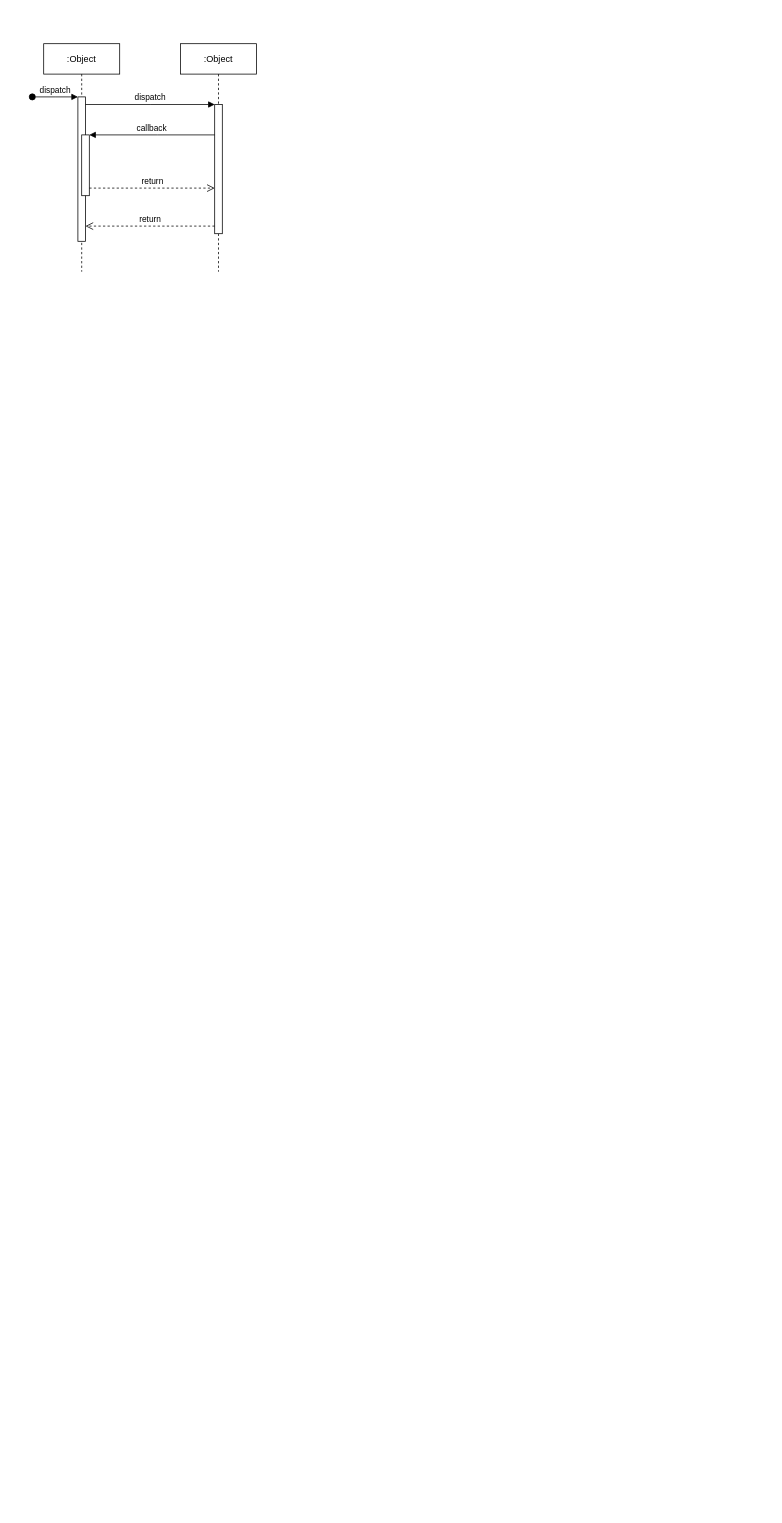
Earlier version of the draw.io diagram 推薦系統data_diagram.drawio (YChaoWang/Drawio_backup). Source tidied: cells renumbered, new cells numbered last; positions are measured from the earlier drawing's top-left corner, leaving out a move shared by most shapes. Both pictures are drawn from the tidied source at 76%, with x=0, y=0 at pixel (32, 43).
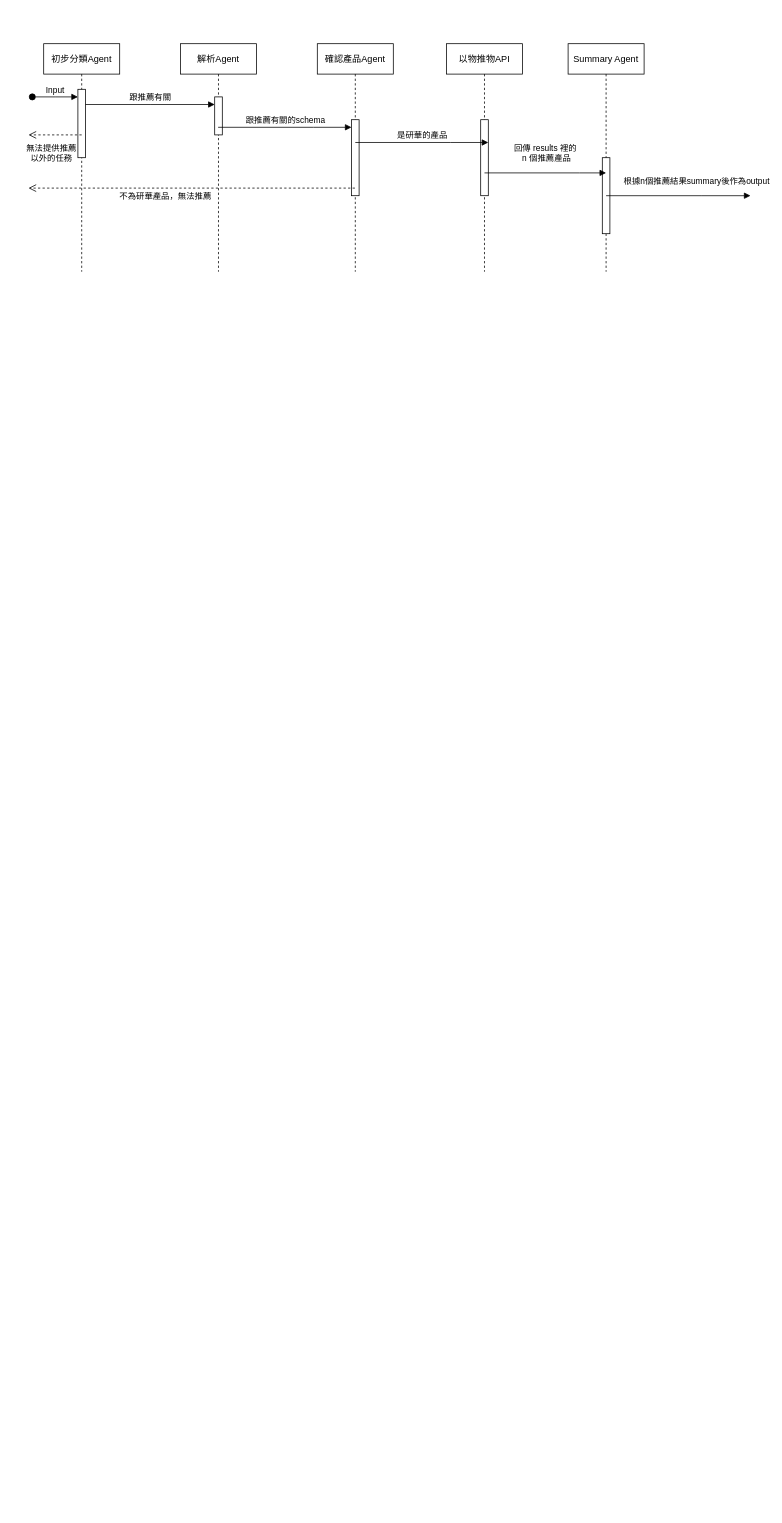
The same diagram, later.

Commit message:
更新推薦系統data_diagram.drawio

Diff of the diagram source:
```diff
@@
-    <mxCell id="2" value=":Object" style="shape=umlLifeline;perimeter=lifelinePerimeter;whiteSpace=wrap;html=1;newEdgeStyle={&quot;edgeStyle&quot;:&quot;elbowEdgeStyle&quot;,&quot;elbow&quot;:&quot;vertical&quot;,&quot;curved&quot;:0,&quot;rounded&quot;:0};" parent="1" vertex="1">
+    <mxCell id="2" value="初步分類Agent" style="shape=umlLifeline;perimeter=lifelinePerimeter;whiteSpace=wrap;html=1;newEdgeStyle={&quot;edgeStyle&quot;:&quot;elbowEdgeStyle&quot;,&quot;elbow&quot;:&quot;vertical&quot;,&quot;curved&quot;:0,&quot;rounded&quot;:0};" parent="1" vertex="1">
       <mxGeometry x="15" width="100" height="300" as="geometry" />
     </mxCell>
     <mxCell id="3" style="html=1;points=[];perimeter=orthogonalPerimeter;outlineConnect=0;targetShapes=umlLifeline;portConstraint=eastwest;newEdgeStyle={&quot;edgeStyle&quot;:&quot;elbowEdgeStyle&quot;,&quot;elbow&quot;:&quot;vertical&quot;,&quot;curved&quot;:0,&quot;rounded&quot;:0};" parent="2" vertex="1">
-      <mxGeometry x="45" y="70" width="10" height="190" as="geometry" />
+      <mxGeometry x="45" y="60" width="10" height="90" as="geometry" />
     </mxCell>
-    <mxCell id="4" value="dispatch" style="html=1;verticalAlign=bottom;startArrow=oval;endArrow=block;startSize=8;edgeStyle=elbowEdgeStyle;elbow=vertical;curved=0;rounded=0;" parent="2" edge="1" target="3">
+    <mxCell id="4" value="Input" style="html=1;verticalAlign=bottom;startArrow=oval;endArrow=block;startSize=8;edgeStyle=elbowEdgeStyle;elbow=vertical;curved=0;rounded=0;" parent="2" edge="1" target="3">
       <mxGeometry relative="1" as="geometry">
         <mxPoint x="-15" y="70" as="sourcePoint" />
       </mxGeometry>
     </mxCell>
-    <mxCell id="5" style="html=1;points=[];perimeter=orthogonalPerimeter;outlineConnect=0;targetShapes=umlLifeline;portConstraint=eastwest;newEdgeStyle={&quot;edgeStyle&quot;:&quot;elbowEdgeStyle&quot;,&quot;elbow&quot;:&quot;vertical&quot;,&quot;curved&quot;:0,&quot;rounded&quot;:0};" parent="2" vertex="1">
-      <mxGeometry x="50" y="120" width="10" height="80" as="geometry" />
-    </mxCell>
-    <mxCell id="6" value=":Object" style="shape=umlLifeline;perimeter=lifelinePerimeter;whiteSpace=wrap;html=1;outlineConnect=0;portConstraint=eastwest;newEdgeStyle={&quot;edgeStyle&quot;:&quot;elbowEdgeStyle&quot;,&quot;elbow&quot;:&quot;vertical&quot;,&quot;curved&quot;:0,&quot;rounded&quot;:0};" parent="1" vertex="1">
+    <mxCell id="6" value="解析Agent" style="shape=umlLifeline;perimeter=lifelinePerimeter;whiteSpace=wrap;html=1;outlineConnect=0;portConstraint=eastwest;newEdgeStyle={&quot;edgeStyle&quot;:&quot;elbowEdgeStyle&quot;,&quot;elbow&quot;:&quot;vertical&quot;,&quot;curved&quot;:0,&quot;rounded&quot;:0};" parent="1" vertex="1">
       <mxGeometry x="195" width="100" height="300" as="geometry" />
     </mxCell>
     <mxCell id="7" style="html=1;points=[];perimeter=orthogonalPerimeter;outlineConnect=0;targetShapes=umlLifeline;portConstraint=eastwest;newEdgeStyle={&quot;edgeStyle&quot;:&quot;elbowEdgeStyle&quot;,&quot;elbow&quot;:&quot;vertical&quot;,&quot;curved&quot;:0,&quot;rounded&quot;:0};" parent="6" vertex="1">
-      <mxGeometry x="45" y="80" width="10" height="170" as="geometry" />
+      <mxGeometry x="45" y="70" width="10" height="50" as="geometry" />
     </mxCell>
-    <mxCell id="8" value="dispatch" style="html=1;verticalAlign=bottom;endArrow=block;edgeStyle=elbowEdgeStyle;elbow=vertical;curved=0;rounded=0;" parent="1" edge="1" source="3" target="7">
+    <mxCell id="8" value="跟推薦有關" style="html=1;verticalAlign=bottom;endArrow=block;edgeStyle=elbowEdgeStyle;elbow=vertical;curved=0;rounded=0;" parent="1" edge="1" source="3" target="7">
       <mxGeometry relative="1" as="geometry">
         <Array as="points">
           <mxPoint x="155" y="80" />
         </Array>
       </mxGeometry>
     </mxCell>
+    <mxCell id="12" style="edgeStyle=orthogonalEdgeStyle;rounded=0;html=1;exitX=0.5;exitY=1;exitPerimeter=0;entryX=0.5;entryY=0;entryPerimeter=0;" parent="1" edge="1">
+      <mxGeometry relative="1" as="geometry">
+        <mxPoint x="325" y="20" as="sourcePoint" />
+      </mxGeometry>
+    </mxCell>
+    <mxCell id="13" style="edgeStyle=orthogonalEdgeStyle;rounded=0;html=1;" parent="1" edge="1">
+      <mxGeometry relative="1" as="geometry">
+        <mxPoint x="335" y="220" as="sourcePoint" />
+      </mxGeometry>
+    </mxCell>
+    <mxCell id="14" style="edgeStyle=orthogonalEdgeStyle;rounded=0;html=1;" parent="1" edge="1">
+      <mxGeometry relative="1" as="geometry">
+        <mxPoint x="335" y="320" as="sourcePoint" />
+      </mxGeometry>
+    </mxCell>
+    <mxCell id="15" value="Yes" style="edgeStyle=orthogonalEdgeStyle;rounded=0;html=1;" parent="1" edge="1">
+      <mxGeometry relative="1" as="geometry">
+        <mxPoint x="325" y="420" as="sourcePoint" />
+      </mxGeometry>
+    </mxCell>
+    <mxCell id="16" value="No" style="edgeStyle=orthogonalEdgeStyle;rounded=0;html=1;" parent="1" edge="1">
+      <mxGeometry relative="1" as="geometry">
+        <mxPoint x="525" y="390" as="targetPoint" />
+      </mxGeometry>
+    </mxCell>
+    <mxCell id="17" style="edgeStyle=orthogonalEdgeStyle;rounded=0;html=1;" parent="1" edge="1">
+      <mxGeometry relative="1" as="geometry">
+        <mxPoint x="335" y="520" as="sourcePoint" />
+      </mxGeometry>
+    </mxCell>
+    <mxCell id="18" style="edgeStyle=orthogonalEdgeStyle;rounded=0;html=1;" parent="1" edge="1">
+      <mxGeometry relative="1" as="geometry">
+        <mxPoint x="345" y="620" as="sourcePoint" />
+      </mxGeometry>
+    </mxCell>
+    <mxCell id="19" style="edgeStyle=orthogonalEdgeStyle;rounded=0;html=1;" parent="1" edge="1">
+      <mxGeometry relative="1" as="geometry">
+        <mxPoint x="325" y="720" as="sourcePoint" />
+      </mxGeometry>
+    </mxCell>
+    <mxCell id="20" value="&#10;  &#10;    &#10;      &#10;        &#10;        &#10;        &#10;          &#10;        &#10;        &#10;          &#10;            &#10;            &#10;          &#10;        &#10;        &#10;          &#10;        &#10;        &#10;          &#10;            &#10;            &#10;          &#10;        &#10;        &#10;          &#10;        &#10;        &#10;          &#10;            &#10;            &#10;          &#10;        &#10;        &#10;          &#10;        &#10;        &#10;          &#10;            &#10;            &#10;          &#10;        &#10;        &#10;          &#10;        &#10;        &#10;          &#10;            &#10;            &#10;          &#10;        &#10;        &#10;          &#10;        &#10;        &#10;          &#10;            &#10;            &#10;          &#10;        &#10;        &#10;          &#10;            &#10;            &#10;          &#10;        &#10;        &#10;          &#10;            &#10;            &#10;          &#10;        &#10;        &#10;          &#10;            &#10;            &#10;          &#10;        &#10;        &#10;          &#10;            &#10;            &#10;          &#10;        &#10;        &#10;          &#10;            &#10;            &#10;          &#10;        &#10;        &#10;          &#10;            &#10;            &#10;          &#10;        &#10;        &#10;          &#10;            &#10;            &#10;          &#10;        &#10;        &#10;          &#10;            &#10;            &#10;          &#10;        &#10;        &#10;          &#10;            &#10;            &#10;          &#10;        &#10;        &#10;          &#10;            &#10;            &#10;          &#10;        &#10;        &#10;          &#10;            &#10;            &#10;          &#10;        &#10;        &#10;          &#10;            &#10;            &#10;          &#10;        &#10;      &#10;    &#10;  &#10;" style="text;whiteSpace=wrap;html=1;" parent="1" vertex="1">
+      <mxGeometry x="-25" y="-40" width="30" height="1970" as="geometry" />
+    </mxCell>
+    <mxCell id="21" value="確認產品Agent" style="shape=umlLifeline;perimeter=lifelinePerimeter;whiteSpace=wrap;html=1;outlineConnect=0;portConstraint=eastwest;newEdgeStyle={&quot;edgeStyle&quot;:&quot;elbowEdgeStyle&quot;,&quot;elbow&quot;:&quot;vertical&quot;,&quot;curved&quot;:0,&quot;rounded&quot;:0};" parent="1" vertex="1">
+      <mxGeometry x="375" width="100" height="300" as="geometry" />
+    </mxCell>
+    <mxCell id="22" style="html=1;points=[];perimeter=orthogonalPerimeter;outlineConnect=0;targetShapes=umlLifeline;portConstraint=eastwest;newEdgeStyle={&quot;edgeStyle&quot;:&quot;elbowEdgeStyle&quot;,&quot;elbow&quot;:&quot;vertical&quot;,&quot;curved&quot;:0,&quot;rounded&quot;:0};" parent="21" vertex="1">
+      <mxGeometry x="45" y="100" width="10" height="100" as="geometry" />
+    </mxCell>
+    <mxCell id="23" value="以物推物API" style="shape=umlLifeline;perimeter=lifelinePerimeter;whiteSpace=wrap;html=1;newEdgeStyle={&quot;edgeStyle&quot;:&quot;elbowEdgeStyle&quot;,&quot;elbow&quot;:&quot;vertical&quot;,&quot;curved&quot;:0,&quot;rounded&quot;:0};" parent="1" vertex="1">
+      <mxGeometry x="545" width="100" height="300" as="geometry" />
+    </mxCell>
+    <mxCell id="24" style="html=1;perimeter=orthogonalPerimeter;targetShapes=umlLifeline;newEdgeStyle={&quot;edgeStyle&quot;:&quot;elbowEdgeStyle&quot;,&quot;elbow&quot;:&quot;vertical&quot;,&quot;curved&quot;:0,&quot;rounded&quot;:0};" parent="23" vertex="1">
+      <mxGeometry x="45" y="100" width="10" height="100" as="geometry" />
+    </mxCell>
+    <mxCell id="25" value="Summary Agent" style="shape=umlLifeline;perimeter=lifelinePerimeter;whiteSpace=wrap;html=1;newEdgeStyle={&quot;edgeStyle&quot;:&quot;elbowEdgeStyle&quot;,&quot;elbow&quot;:&quot;vertical&quot;,&quot;curved&quot;:0,&quot;rounded&quot;:0};" parent="1" vertex="1">
+      <mxGeometry x="705" width="100" height="300" as="geometry" />
+    </mxCell>
+    <mxCell id="26" style="html=1;perimeter=orthogonalPerimeter;targetShapes=umlLifeline;newEdgeStyle={&quot;edgeStyle&quot;:&quot;elbowEdgeStyle&quot;,&quot;elbow&quot;:&quot;vertical&quot;,&quot;curved&quot;:0,&quot;rounded&quot;:0};" parent="25" vertex="1">
+      <mxGeometry x="45" y="150" width="10" height="100" as="geometry" />
+    </mxCell>
-    <mxCell id="9" value="return" style="html=1;verticalAlign=bottom;endArrow=open;dashed=1;endSize=8;edgeStyle=elbowEdgeStyle;elbow=vertical;curved=0;rounded=0;" parent="1" edge="1" source="7" target="3">
-      <mxGeometry relative="1" as="geometry">
-        <Array as="points">
-          <mxPoint x="165" y="240" />
-        </Array>
+    <mxCell id="9" value="無法提供推薦&lt;div&gt;以外的任務&lt;/div&gt;" style="html=1;verticalAlign=bottom;endArrow=open;dashed=1;endSize=8;edgeStyle=elbowEdgeStyle;elbow=vertical;curved=0;rounded=0;" parent="1" edge="1">
+      <mxGeometry x="0.14" y="40" relative="1" as="geometry">
+        <mxPoint x="65" y="120" as="sourcePoint" />
+        <mxPoint x="-5" y="120" as="targetPoint" />
       </mxGeometry>
     </mxCell>
-    <mxCell id="10" value="callback" style="html=1;verticalAlign=bottom;endArrow=block;edgeStyle=elbowEdgeStyle;elbow=vertical;curved=0;rounded=0;" parent="1" edge="1" source="7" target="5">
-      <mxGeometry relative="1" as="geometry">
-        <Array as="points">
-          <mxPoint x="165" y="120" />
-        </Array>
-      </mxGeometry>
-    </mxCell>
-    <mxCell id="11" value="return" style="html=1;verticalAlign=bottom;endArrow=open;dashed=1;endSize=8;edgeStyle=elbowEdgeStyle;elbow=vertical;curved=0;rounded=0;" parent="1" edge="1" source="5" target="7">
-      <mxGeometry relative="1" as="geometry">
-        <Array as="points">
-          <mxPoint x="155" y="190" />
-        </Array>
-      </mxGeometry>
-    </mxCell>
+    <mxCell id="27" value="跟推薦有關的schema" style="html=1;verticalAlign=bottom;endArrow=block;edgeStyle=elbowEdgeStyle;elbow=vertical;curved=0;rounded=0;" parent="1" edge="1" source="6" target="22">
+      <mxGeometry relative="1" as="geometry">
+        <Array as="points">
+          <mxPoint x="370" y="110" />
+        </Array>
+      </mxGeometry>
+    </mxCell>
+    <mxCell id="28" value="是研華的產品" style="html=1;verticalAlign=bottom;endArrow=block;edgeStyle=elbowEdgeStyle;elbow=vertical;curved=0;rounded=0;" parent="1" edge="1">
+      <mxGeometry relative="1" as="geometry">
+        <mxPoint x="425" y="130" as="sourcePoint" />
+        <mxPoint x="600" y="130" as="targetPoint" />
+        <Array as="points">
+          <mxPoint x="550" y="130" />
+        </Array>
+      </mxGeometry>
+    </mxCell>
+    <mxCell id="29" value="不為研華產品，無法推薦" style="html=1;verticalAlign=bottom;endArrow=open;dashed=1;endSize=8;edgeStyle=elbowEdgeStyle;elbow=vertical;curved=0;rounded=0;" parent="1" edge="1" source="21">
+      <mxGeometry x="0.16" y="20" relative="1" as="geometry">
+        <mxPoint x="-5" y="189.8" as="targetPoint" />
+      </mxGeometry>
+    </mxCell>
+    <mxCell id="30" value="回傳 results 裡的&lt;div&gt;&amp;nbsp;n 個推薦產品&lt;/div&gt;" style="html=1;verticalAlign=bottom;endArrow=block;edgeStyle=elbowEdgeStyle;elbow=vertical;curved=0;rounded=0;" parent="1" edge="1">
+      <mxGeometry y="10" relative="1" as="geometry">
+        <mxPoint x="595" y="170" as="sourcePoint" />
+        <mxPoint x="755" y="170" as="targetPoint" />
+        <Array as="points">
+          <mxPoint x="720" y="170" />
+        </Array>
+      </mxGeometry>
+    </mxCell>
+    <mxCell id="31" value="&lt;span&gt;根據n個推薦結果summary後作為output&lt;/span&gt;" style="html=1;verticalAlign=bottom;endArrow=block;edgeStyle=elbowEdgeStyle;elbow=vertical;curved=0;rounded=0;endFill=1;" parent="1" edge="1">
+      <mxGeometry x="0.25" y="10" relative="1" as="geometry">
+        <mxPoint x="755" y="200" as="sourcePoint" />
+        <mxPoint x="945" y="200" as="targetPoint" />
+        <Array as="points">
+          <mxPoint x="880" y="200" />
+        </Array>
+      </mxGeometry>
+    </mxCell>
```
